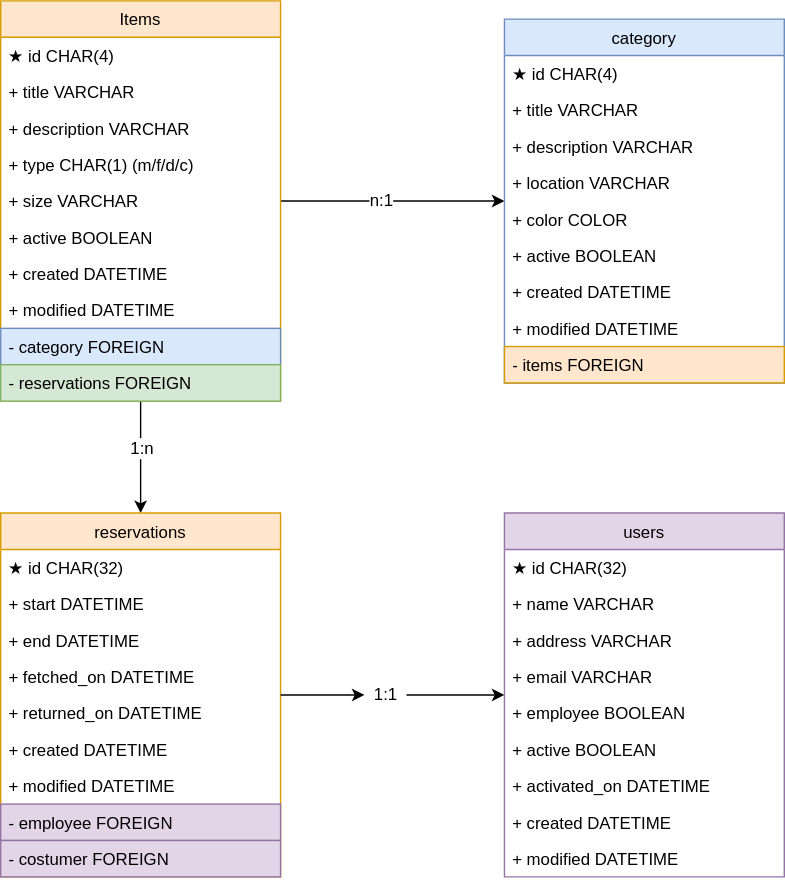
This is draw.io/dbstructure.svg from Lustiges-aus-dem-Computer/Gaidaros, a draw.io export, as it was before one commit. Source tidied: cells renumbered, new cells last; positions are measured from the earlier drawing's top-left corner, leaving out a move shared by most shapes.
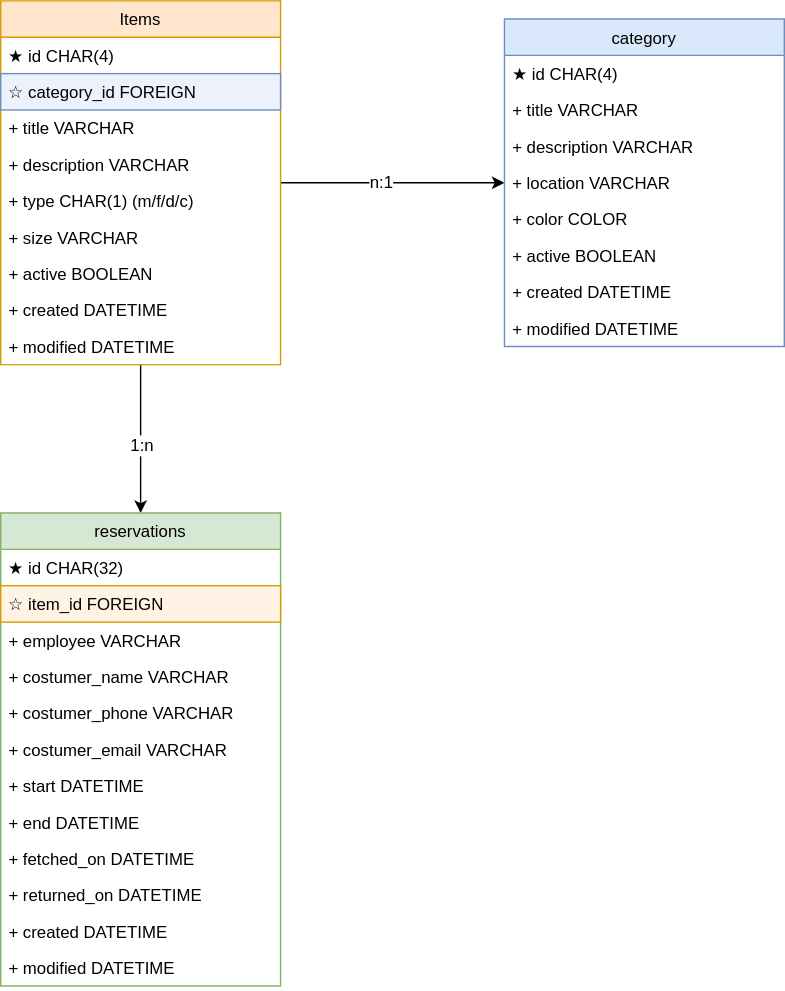
Later version of the same file.

Change to the diagram source:
```diff
@@ -17,103 +17,76 @@
       </mxGeometry>
     </mxCell>
     <mxCell id="6" value="Items" style="swimlane;fontStyle=0;horizontal=1;startSize=26;fillColor=#ffe6cc;strokeColor=#d79b00;" parent="1" vertex="1">
-      <mxGeometry width="200" height="286" as="geometry" />
+      <mxGeometry width="200" height="260" as="geometry" />
     </mxCell>
     <mxCell id="7" value="★ id CHAR(4)" style="text;strokeColor=none;fillColor=none;align=left;verticalAlign=top;spacingLeft=4;spacingRight=4;overflow=hidden;" parent="6" vertex="1">
       <mxGeometry y="26" width="200" height="26" as="geometry" />
     </mxCell>
+    <mxCell id="15" value="☆ category_id FOREIGN" style="text;align=left;verticalAlign=top;spacingLeft=4;spacingRight=4;overflow=hidden;fillColor=#EDF1FC;strokeColor=#6c8ebf;" parent="6" vertex="1">
+      <mxGeometry y="52" width="200" height="26" as="geometry" />
+    </mxCell>
     <mxCell id="8" value="+ title VARCHAR" style="text;strokeColor=none;fillColor=none;align=left;verticalAlign=top;spacingLeft=4;spacingRight=4;overflow=hidden;" parent="6" vertex="1">
-      <mxGeometry y="52" width="200" height="26" as="geometry" />
+      <mxGeometry y="78" width="200" height="26" as="geometry" />
     </mxCell>
     <mxCell id="9" value="+ description VARCHAR" style="text;strokeColor=none;fillColor=none;align=left;verticalAlign=top;spacingLeft=4;spacingRight=4;overflow=hidden;" parent="6" vertex="1">
-      <mxGeometry y="78" width="200" height="26" as="geometry" />
+      <mxGeometry y="104" width="200" height="26" as="geometry" />
     </mxCell>
     <mxCell id="10" value="+ type CHAR(1) (m/f/d/c)" style="text;strokeColor=none;fillColor=none;align=left;verticalAlign=top;spacingLeft=4;spacingRight=4;overflow=hidden;" parent="6" vertex="1">
-      <mxGeometry y="104" width="200" height="26" as="geometry" />
+      <mxGeometry y="130" width="200" height="26" as="geometry" />
     </mxCell>
     <mxCell id="11" value="+ size VARCHAR" style="text;strokeColor=none;fillColor=none;align=left;verticalAlign=top;spacingLeft=4;spacingRight=4;overflow=hidden;" parent="6" vertex="1">
-      <mxGeometry y="130" width="200" height="26" as="geometry" />
+      <mxGeometry y="156" width="200" height="26" as="geometry" />
     </mxCell>
     <mxCell id="12" value="+ active BOOLEAN" style="text;strokeColor=none;fillColor=none;align=left;verticalAlign=top;spacingLeft=4;spacingRight=4;overflow=hidden;" parent="6" vertex="1">
-      <mxGeometry y="156" width="200" height="26" as="geometry" />
+      <mxGeometry y="182" width="200" height="26" as="geometry" />
     </mxCell>
     <mxCell id="13" value="+ created DATETIME" style="text;strokeColor=none;fillColor=none;align=left;verticalAlign=top;spacingLeft=4;spacingRight=4;overflow=hidden;" parent="6" vertex="1">
-      <mxGeometry y="182" width="200" height="26" as="geometry" />
+      <mxGeometry y="208" width="200" height="26" as="geometry" />
     </mxCell>
     <mxCell id="14" value="+ modified DATETIME" style="text;strokeColor=none;fillColor=none;align=left;verticalAlign=top;spacingLeft=4;spacingRight=4;overflow=hidden;" parent="6" vertex="1">
-      <mxGeometry y="208" width="200" height="26" as="geometry" />
+      <mxGeometry y="234" width="200" height="26" as="geometry" />
     </mxCell>
-    <mxCell id="15" value="- category FOREIGN" style="text;align=left;verticalAlign=top;spacingLeft=4;spacingRight=4;overflow=hidden;fillColor=#dae8fc;strokeColor=#6c8ebf;" parent="6" vertex="1">
-      <mxGeometry y="234" width="200" height="26" as="geometry" />
-    </mxCell>
-    <mxCell id="16" value="- reservations FOREIGN" style="text;align=left;verticalAlign=top;spacingLeft=4;spacingRight=4;overflow=hidden;fillColor=#d5e8d4;strokeColor=#82b366;" parent="6" vertex="1">
-      <mxGeometry y="260" width="200" height="26" as="geometry" />
-    </mxCell>
-    <mxCell id="17" style="edgeStyle=orthogonalEdgeStyle;rounded=0;jettySize=auto;html=1;" parent="1" edge="1" source="48" target="28">
-      <mxGeometry relative="1" as="geometry" />
-    </mxCell>
-    <mxCell id="18" value="reservations" style="swimlane;fontStyle=0;horizontal=1;startSize=26;fillColor=#ffe6cc;strokeColor=#d79b00;" parent="1" vertex="1">
-      <mxGeometry y="366" width="200" height="260" as="geometry" />
+    <mxCell id="18" value="reservations" style="swimlane;fontStyle=0;horizontal=1;startSize=26;fillColor=#d5e8d4;strokeColor=#82b366;" parent="1" vertex="1">
+      <mxGeometry y="366" width="200" height="338" as="geometry" />
     </mxCell>
     <mxCell id="19" value="★ id CHAR(32)" style="text;strokeColor=none;fillColor=none;align=left;verticalAlign=top;spacingLeft=4;spacingRight=4;overflow=hidden;" parent="18" vertex="1">
       <mxGeometry y="26" width="200" height="26" as="geometry" />
     </mxCell>
+    <mxCell id="50" value="☆ item_id FOREIGN" style="text;align=left;verticalAlign=top;spacingLeft=4;spacingRight=4;overflow=hidden;fillColor=#FFF3E6;strokeColor=#d79b00;" parent="18" vertex="1">
+      <mxGeometry y="52" width="200" height="26" as="geometry" />
+    </mxCell>
+    <mxCell id="51" value="+ employee VARCHAR" style="text;strokeColor=none;fillColor=none;align=left;verticalAlign=top;spacingLeft=4;spacingRight=4;overflow=hidden;" parent="18" vertex="1">
+      <mxGeometry y="78" width="200" height="26" as="geometry" />
+    </mxCell>
+    <mxCell id="52" value="+ costumer_name VARCHAR" style="text;strokeColor=none;fillColor=none;align=left;verticalAlign=top;spacingLeft=4;spacingRight=4;overflow=hidden;" parent="18" vertex="1">
+      <mxGeometry y="104" width="200" height="26" as="geometry" />
+    </mxCell>
+    <mxCell id="53" value="+ costumer_phone VARCHAR" style="text;strokeColor=none;fillColor=none;align=left;verticalAlign=top;spacingLeft=4;spacingRight=4;overflow=hidden;" parent="18" vertex="1">
+      <mxGeometry y="130" width="200" height="26" as="geometry" />
+    </mxCell>
+    <mxCell id="54" value="+ costumer_email VARCHAR" style="text;strokeColor=none;fillColor=none;align=left;verticalAlign=top;spacingLeft=4;spacingRight=4;overflow=hidden;" parent="18" vertex="1">
+      <mxGeometry y="156" width="200" height="26" as="geometry" />
+    </mxCell>
     <mxCell id="20" value="+ start DATETIME" style="text;strokeColor=none;fillColor=none;align=left;verticalAlign=top;spacingLeft=4;spacingRight=4;overflow=hidden;" parent="18" vertex="1">
-      <mxGeometry y="52" width="200" height="26" as="geometry" />
+      <mxGeometry y="182" width="200" height="26" as="geometry" />
     </mxCell>
     <mxCell id="21" value="+ end DATETIME" style="text;strokeColor=none;fillColor=none;align=left;verticalAlign=top;spacingLeft=4;spacingRight=4;overflow=hidden;" parent="18" vertex="1">
-      <mxGeometry y="78" width="200" height="26" as="geometry" />
+      <mxGeometry y="208" width="200" height="26" as="geometry" />
     </mxCell>
     <mxCell id="22" value="+ fetched_on DATETIME" style="text;strokeColor=none;fillColor=none;align=left;verticalAlign=top;spacingLeft=4;spacingRight=4;overflow=hidden;" parent="18" vertex="1">
-      <mxGeometry y="104" width="200" height="26" as="geometry" />
+      <mxGeometry y="234" width="200" height="26" as="geometry" />
     </mxCell>
     <mxCell id="23" value="+ returned_on DATETIME" style="text;strokeColor=none;fillColor=none;align=left;verticalAlign=top;spacingLeft=4;spacingRight=4;overflow=hidden;" parent="18" vertex="1">
-      <mxGeometry y="130" width="200" height="26" as="geometry" />
+      <mxGeometry y="260" width="200" height="26" as="geometry" />
     </mxCell>
     <mxCell id="24" value="+ created DATETIME" style="text;strokeColor=none;fillColor=none;align=left;verticalAlign=top;spacingLeft=4;spacingRight=4;overflow=hidden;" parent="18" vertex="1">
-      <mxGeometry y="156" width="200" height="26" as="geometry" />
+      <mxGeometry y="286" width="200" height="26" as="geometry" />
     </mxCell>
     <mxCell id="25" value="+ modified DATETIME" style="text;strokeColor=none;fillColor=none;align=left;verticalAlign=top;spacingLeft=4;spacingRight=4;overflow=hidden;" parent="18" vertex="1">
-      <mxGeometry y="182" width="200" height="26" as="geometry" />
+      <mxGeometry y="312" width="200" height="26" as="geometry" />
     </mxCell>
-    <mxCell id="26" value="- employee FOREIGN" style="text;align=left;verticalAlign=top;spacingLeft=4;spacingRight=4;overflow=hidden;fillColor=#e1d5e7;strokeColor=#9673a6;" parent="18" vertex="1">
-      <mxGeometry y="208" width="200" height="26" as="geometry" />
-    </mxCell>
-    <mxCell id="27" value="- costumer FOREIGN" style="text;align=left;verticalAlign=top;spacingLeft=4;spacingRight=4;overflow=hidden;fillColor=#e1d5e7;strokeColor=#9673a6;" parent="18" vertex="1">
-      <mxGeometry y="234" width="200" height="26" as="geometry" />
-    </mxCell>
-    <mxCell id="28" value="users" style="swimlane;fontStyle=0;horizontal=1;startSize=26;fillColor=#e1d5e7;strokeColor=#9673a6;" parent="1" vertex="1">
-      <mxGeometry x="360" y="366" width="200" height="260" as="geometry" />
-    </mxCell>
-    <mxCell id="29" value="★ id CHAR(32)" style="text;strokeColor=none;fillColor=none;align=left;verticalAlign=top;spacingLeft=4;spacingRight=4;overflow=hidden;" parent="28" vertex="1">
-      <mxGeometry y="26" width="200" height="26" as="geometry" />
-    </mxCell>
-    <mxCell id="30" value="+ name VARCHAR" style="text;strokeColor=none;fillColor=none;align=left;verticalAlign=top;spacingLeft=4;spacingRight=4;overflow=hidden;" parent="28" vertex="1">
-      <mxGeometry y="52" width="200" height="26" as="geometry" />
-    </mxCell>
-    <mxCell id="31" value="+ address VARCHAR" style="text;strokeColor=none;fillColor=none;align=left;verticalAlign=top;spacingLeft=4;spacingRight=4;overflow=hidden;" parent="28" vertex="1">
-      <mxGeometry y="78" width="200" height="26" as="geometry" />
-    </mxCell>
-    <mxCell id="32" value="+ email VARCHAR" style="text;strokeColor=none;fillColor=none;align=left;verticalAlign=top;spacingLeft=4;spacingRight=4;overflow=hidden;" parent="28" vertex="1">
-      <mxGeometry y="104" width="200" height="26" as="geometry" />
-    </mxCell>
-    <mxCell id="33" value="+ employee BOOLEAN" style="text;strokeColor=none;fillColor=none;align=left;verticalAlign=top;spacingLeft=4;spacingRight=4;overflow=hidden;" parent="28" vertex="1">
-      <mxGeometry y="130" width="200" height="26" as="geometry" />
-    </mxCell>
-    <mxCell id="34" value="+ active BOOLEAN" style="text;strokeColor=none;fillColor=none;align=left;verticalAlign=top;spacingLeft=4;spacingRight=4;overflow=hidden;" parent="28" vertex="1">
-      <mxGeometry y="156" width="200" height="26" as="geometry" />
-    </mxCell>
-    <mxCell id="35" value="+ activated_on DATETIME" style="text;strokeColor=none;fillColor=none;align=left;verticalAlign=top;spacingLeft=4;spacingRight=4;overflow=hidden;" parent="28" vertex="1">
-      <mxGeometry y="182" width="200" height="26" as="geometry" />
-    </mxCell>
-    <mxCell id="36" value="+ created DATETIME" style="text;strokeColor=none;fillColor=none;align=left;verticalAlign=top;spacingLeft=4;spacingRight=4;overflow=hidden;" parent="28" vertex="1">
-      <mxGeometry y="208" width="200" height="26" as="geometry" />
-    </mxCell>
-    <mxCell id="37" value="+ modified DATETIME" style="text;strokeColor=none;fillColor=none;align=left;verticalAlign=top;spacingLeft=4;spacingRight=4;overflow=hidden;" parent="28" vertex="1">
-      <mxGeometry y="234" width="200" height="26" as="geometry" />
-    </mxCell>
     <mxCell id="38" value="category" style="swimlane;fontStyle=0;horizontal=1;startSize=26;fillColor=#dae8fc;strokeColor=#6c8ebf;" parent="1" vertex="1">
-      <mxGeometry x="360" y="13" width="200" height="260" as="geometry" />
+      <mxGeometry x="360" y="13" width="200" height="234" as="geometry" />
     </mxCell>
     <mxCell id="39" value="★ id CHAR(4)" style="text;strokeColor=none;fillColor=none;align=left;verticalAlign=top;spacingLeft=4;spacingRight=4;overflow=hidden;" parent="38" vertex="1">
       <mxGeometry y="26" width="200" height="26" as="geometry" />
@@ -139,14 +112,5 @@
     <mxCell id="46" value="+ modified DATETIME" style="text;strokeColor=none;fillColor=none;align=left;verticalAlign=top;spacingLeft=4;spacingRight=4;overflow=hidden;" parent="38" vertex="1">
       <mxGeometry y="208" width="200" height="26" as="geometry" />
     </mxCell>
-    <mxCell id="47" value="- items FOREIGN" style="text;align=left;verticalAlign=top;spacingLeft=4;spacingRight=4;overflow=hidden;fillColor=#ffe6cc;strokeColor=#d79b00;" parent="38" vertex="1">
-      <mxGeometry y="234" width="200" height="26" as="geometry" />
-    </mxCell>
-    <mxCell id="48" value="1:1" style="text;html=1;align=center;verticalAlign=middle;points=[];" parent="1" vertex="1">
-      <mxGeometry x="260" y="486" width="30" height="20" as="geometry" />
-    </mxCell>
-    <mxCell id="49" style="edgeStyle=orthogonalEdgeStyle;rounded=0;jettySize=auto;html=1;" parent="1" edge="1" source="18" target="48">
-      <mxGeometry relative="1" as="geometry" />
-    </mxCell>
   </root>
 </mxGraphModel>
```
